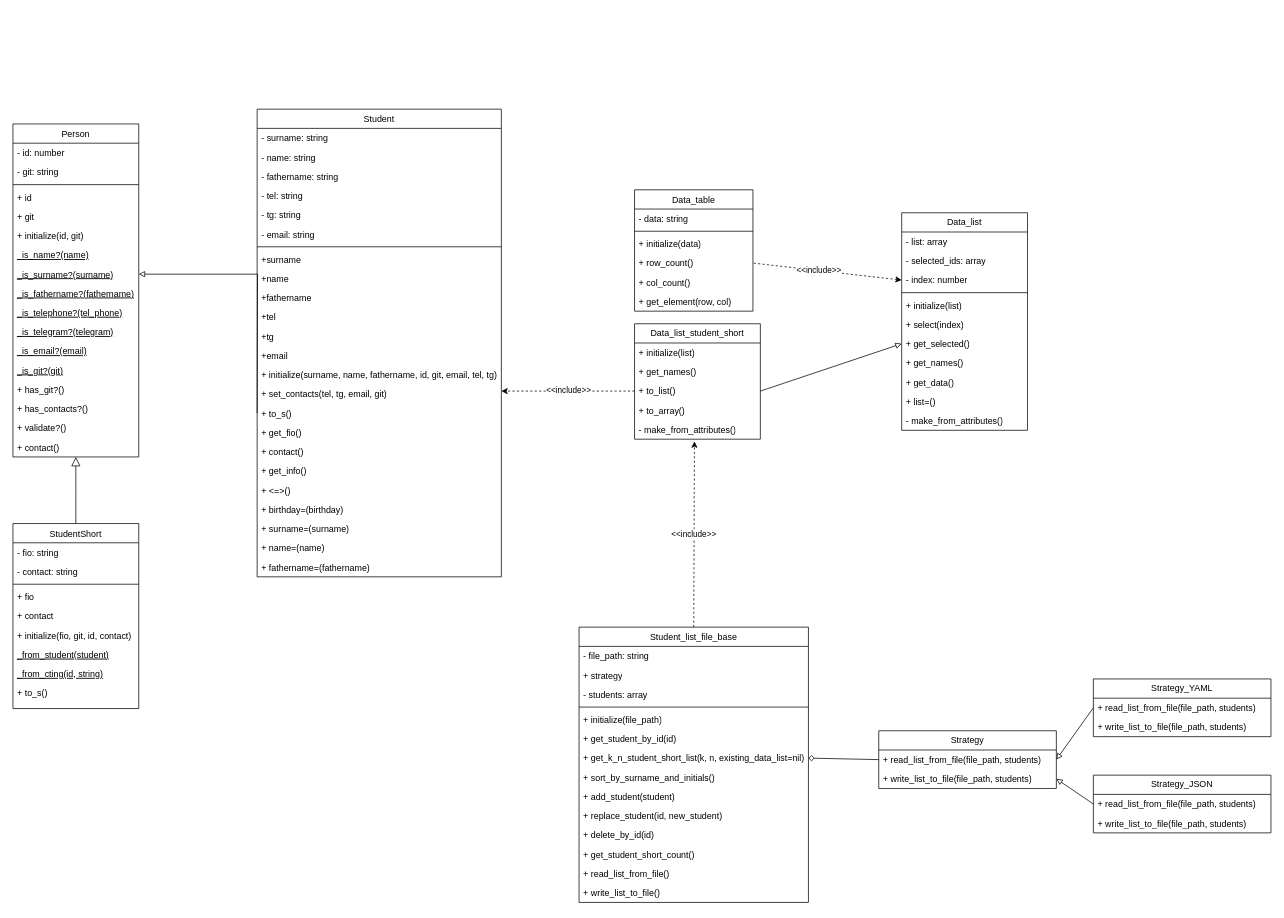
Earlier version of the draw.io diagram Lab_Students/Resourses/Diagrams/Class Diagram.drawio (lububuska/design_patterns). Source tidied: cells renumbered, new cells numbered last; positions are measured from the earlier drawing's top-left corner, leaving out a move shared by most shapes. Both pictures are drawn from the tidied source at 74%, with x=0, y=0 at pixel (13, 109).
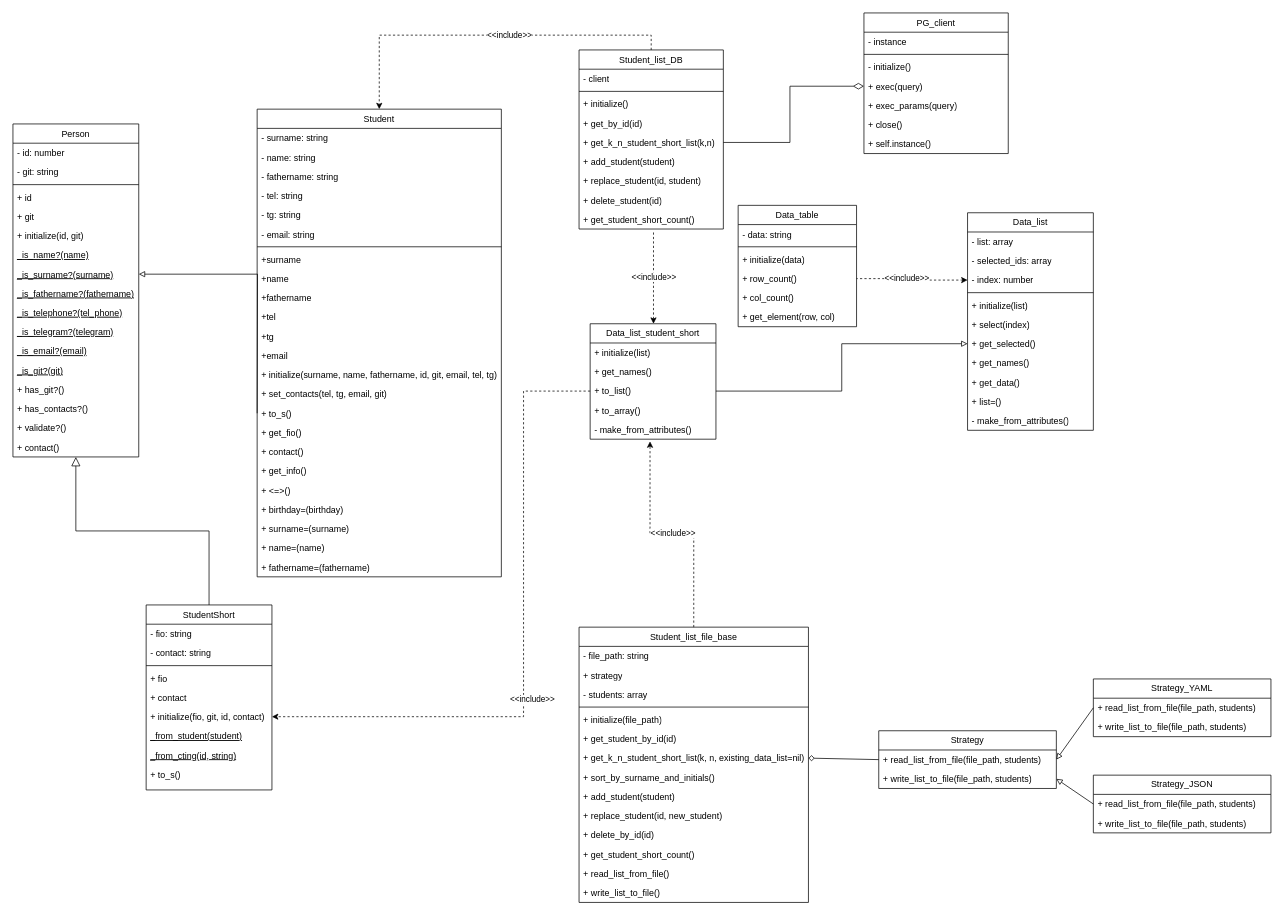
The same page after the edit.

Commit message (it also covers changes not shown here):
lab4 task 4.3.10-12 add pattern singleton and change class diagram

Unchanged cells that the change refers to:
```xml
<mxCell id="26" value="+ initialize(fio, git, id, contact)" style="text;align=left;verticalAlign=top;spacingLeft=4;spacingRight=4;overflow=hidden;points=[[0,0.5],[1,0.5]];portConstraint=eastwest;" parent="20" vertex="1">
  <mxGeometry y="138" width="170" height="26" as="geometry" />
</mxCell>
<mxCell id="31" value="Student" style="swimlane;fontStyle=0;align=center;verticalAlign=top;horizontal=1;startSize=26;rounded=0;shadow=0;strokeWidth=1;" parent="1" vertex="1">
  <mxGeometry x="330" width="330" height="632" as="geometry" />
</mxCell>
<mxCell id="60" value="+ to_list()" style="text;strokeColor=none;fillColor=none;align=left;verticalAlign=top;spacingLeft=4;spacingRight=4;overflow=hidden;points=[[0,0.5],[1,0.5]];portConstraint=eastwest;whiteSpace=wrap;html=1;" parent="57" vertex="1">
  <mxGeometry y="78" width="170" height="26" as="geometry" />
</mxCell>
<mxCell id="62" value="- make_from_attributes()" style="text;strokeColor=none;fillColor=none;align=left;verticalAlign=top;spacingLeft=4;spacingRight=4;overflow=hidden;points=[[0,0.5],[1,0.5]];portConstraint=eastwest;whiteSpace=wrap;html=1;" parent="57" vertex="1">
  <mxGeometry y="130" width="170" height="26" as="geometry" />
</mxCell>
<mxCell id="68" value="- index: number" style="text;strokeColor=none;fillColor=none;align=left;verticalAlign=top;spacingLeft=4;spacingRight=4;overflow=hidden;points=[[0,0.5],[1,0.5]];portConstraint=eastwest;whiteSpace=wrap;html=1;" parent="65" vertex="1">
  <mxGeometry y="78" width="170" height="26" as="geometry" />
</mxCell>
<mxCell id="72" value="+ get_selected()" style="text;strokeColor=none;fillColor=none;align=left;verticalAlign=top;spacingLeft=4;spacingRight=4;overflow=hidden;points=[[0,0.5],[1,0.5]];portConstraint=eastwest;whiteSpace=wrap;html=1;" parent="65" vertex="1">
  <mxGeometry y="164" width="170" height="26" as="geometry" />
</mxCell>
<mxCell id="82" value="+ row_count()" style="text;strokeColor=none;fillColor=none;align=left;verticalAlign=top;spacingLeft=4;spacingRight=4;overflow=hidden;points=[[0,0.5],[1,0.5]];portConstraint=eastwest;whiteSpace=wrap;html=1;" parent="78" vertex="1">
  <mxGeometry y="86" width="160" height="26" as="geometry" />
</mxCell>
<mxCell id="88" value="&lt;div style=&quot;font-weight: normal; font-size: 12px; line-height: 18px; white-space: pre;&quot;&gt;&lt;div style=&quot;&quot;&gt;&lt;font face=&quot;Helvetica&quot; style=&quot;color: rgb(0, 0, 0);&quot;&gt;Student_list_file_base&lt;/font&gt;&lt;/div&gt;&lt;/div&gt;" style="swimlane;fontStyle=0;horizontal=1;startSize=26;fillColor=none;whiteSpace=wrap;html=1;" parent="1" vertex="1">
  <mxGeometry x="765" y="700" width="310" height="372" as="geometry" />
</mxCell>
```

The edit, as a diff of the source:
```diff
@@
     <mxCell id="20" value="StudentShort" style="swimlane;fontStyle=0;align=center;verticalAlign=top;horizontal=1;startSize=26;rounded=0;shadow=0;strokeWidth=1;" parent="1" vertex="1">
-      <mxGeometry y="560" width="170" height="250" as="geometry" />
+      <mxGeometry x="180" y="670" width="170" height="250" as="geometry" />
     </mxCell>
@@
     <mxCell id="57" value="Data_list_student_short" style="swimlane;fontStyle=0;horizontal=1;startSize=26;fillColor=none;whiteSpace=wrap;html=1;" parent="1" vertex="1">
-      <mxGeometry x="840" y="290" width="170" height="156" as="geometry" />
+      <mxGeometry x="780" y="290" width="170" height="156" as="geometry" />
     </mxCell>
@@
-    <mxCell id="63" style="rounded=0;jettySize=auto;html=1;exitX=0;exitY=0.5;exitDx=0;exitDy=0;dashed=1;endArrow=classic;endFill=1;" parent="1" edge="1" source="60">
+    <mxCell id="63" style="rounded=0;jettySize=auto;html=1;exitX=0;exitY=0.5;exitDx=0;exitDy=0;dashed=1;endArrow=classic;endFill=1;entryX=1;entryY=0.5;entryDx=0;entryDy=0;edgeStyle=orthogonalEdgeStyle;" parent="1" edge="1" source="60" target="26">
       <mxGeometry relative="1" as="geometry">
-        <mxPoint x="660" y="381" as="targetPoint" />
+        <Array as="points">
+          <mxPoint x="690" y="381" />
+          <mxPoint x="690" y="821" />
+        </Array>
       </mxGeometry>
     </mxCell>
@@
     <mxCell id="65" value="Data_list" style="swimlane;fontStyle=0;horizontal=1;startSize=26;fillColor=none;whiteSpace=wrap;html=1;" parent="1" vertex="1">
-      <mxGeometry x="1201" y="140" width="170" height="294" as="geometry" />
+      <mxGeometry x="1290" y="140" width="170" height="294" as="geometry" />
     </mxCell>
@@
-    <mxCell id="77" style="rounded=0;jettySize=auto;html=1;exitX=1;exitY=0.5;exitDx=0;exitDy=0;entryX=0;entryY=0.5;entryDx=0;entryDy=0;endArrow=block;endFill=0;" parent="1" edge="1" source="60" target="72">
+    <mxCell id="77" style="rounded=0;jettySize=auto;html=1;exitX=1;exitY=0.5;exitDx=0;exitDy=0;entryX=0;entryY=0.5;entryDx=0;entryDy=0;endArrow=block;endFill=0;edgeStyle=orthogonalEdgeStyle;" parent="1" edge="1" source="60" target="72">
       <mxGeometry relative="1" as="geometry" />
     </mxCell>
     <mxCell id="78" value="&lt;span style=&quot;font-weight: normal;&quot;&gt;Data_table&lt;/span&gt;" style="swimlane;fontStyle=1;align=center;verticalAlign=top;horizontal=1;startSize=26;whiteSpace=wrap;html=1;" parent="1" vertex="1">
-      <mxGeometry x="840" y="109" width="160" height="164" as="geometry" />
+      <mxGeometry x="980" y="130" width="160" height="164" as="geometry" />
     </mxCell>
@@
-    <mxCell id="85" style="rounded=0;jettySize=auto;html=1;exitX=0;exitY=0.5;exitDx=0;exitDy=0;entryX=1;entryY=0.5;entryDx=0;entryDy=0;endArrow=none;endFill=0;startArrow=classic;startFill=1;dashed=1;" parent="1" edge="1" source="68" target="82">
+    <mxCell id="85" style="rounded=0;jettySize=auto;html=1;exitX=0;exitY=0.5;exitDx=0;exitDy=0;entryX=1;entryY=0.5;entryDx=0;entryDy=0;endArrow=none;endFill=0;startArrow=classic;startFill=1;dashed=1;edgeStyle=orthogonalEdgeStyle;" parent="1" edge="1" source="68" target="82">
       <mxGeometry relative="1" as="geometry" />
     </mxCell>
@@
-    <mxCell id="87" value="&amp;lt;&amp;lt;include&amp;gt;&amp;gt;" style="rounded=0;jettySize=auto;html=1;exitX=0.5;exitY=0;exitDx=0;exitDy=0;entryX=0.476;entryY=1.115;entryDx=0;entryDy=0;entryPerimeter=0;dashed=1;" parent="1" edge="1" source="88" target="62">
-      <mxGeometry relative="1" as="geometry" />
+    <mxCell id="87" value="&amp;lt;&amp;lt;include&amp;gt;&amp;gt;" style="rounded=0;jettySize=auto;html=1;exitX=0.5;exitY=0;exitDx=0;exitDy=0;entryX=0.476;entryY=1.115;entryDx=0;entryDy=0;entryPerimeter=0;dashed=1;edgeStyle=orthogonalEdgeStyle;" parent="1" edge="1" source="88" target="62">
+      <mxGeometry relative="1" as="geometry">
+        <Array as="points">
+          <mxPoint x="920" y="573" />
+          <mxPoint x="861" y="573" />
+        </Array>
+      </mxGeometry>
     </mxCell>
@@
+    <mxCell id="115" style="edgeStyle=orthogonalEdgeStyle;rounded=0;jettySize=auto;html=1;exitX=0.5;exitY=0;exitDx=0;exitDy=0;entryX=0.5;entryY=0;entryDx=0;entryDy=0;dashed=1;" parent="1" edge="1" source="117" target="31">
+      <mxGeometry relative="1" as="geometry" />
+    </mxCell>
+    <mxCell id="116" value="&amp;lt;&amp;lt;include&amp;gt;&amp;gt;" style="edgeLabel;html=1;align=center;verticalAlign=middle;" parent="115" vertex="1">
+      <mxGeometry x="-0.13" relative="1" as="geometry" />
+    </mxCell>
+    <mxCell id="117" value="&lt;span style=&quot;font-weight: 400;&quot;&gt;Student_list_DB&lt;/span&gt;" style="swimlane;fontStyle=1;align=center;verticalAlign=top;horizontal=1;startSize=26;whiteSpace=wrap;html=1;" parent="1" vertex="1">
+      <mxGeometry x="765" y="-80" width="195" height="242" as="geometry" />
+    </mxCell>
+    <mxCell id="118" value="- client" style="text;strokeColor=none;fillColor=none;align=left;verticalAlign=top;spacingLeft=4;spacingRight=4;overflow=hidden;whiteSpace=wrap;html=1;" parent="117" vertex="1">
+      <mxGeometry y="26" width="195" height="26" as="geometry" />
+    </mxCell>
+    <mxCell id="119" style="line;strokeWidth=1;fillColor=none;align=left;verticalAlign=middle;spacingTop=-1;spacingLeft=3;spacingRight=3;labelPosition=right;strokeColor=inherit;" parent="117" vertex="1">
+      <mxGeometry y="52" width="195" height="8" as="geometry" />
+    </mxCell>
+    <mxCell id="120" value="+ initialize()" style="text;strokeColor=none;fillColor=none;align=left;verticalAlign=top;spacingLeft=4;spacingRight=4;overflow=hidden;whiteSpace=wrap;html=1;" parent="117" vertex="1">
+      <mxGeometry y="60" width="195" height="26" as="geometry" />
+    </mxCell>
+    <mxCell id="121" value="+ get_by_id(id)" style="text;strokeColor=none;fillColor=none;align=left;verticalAlign=top;spacingLeft=4;spacingRight=4;overflow=hidden;whiteSpace=wrap;html=1;" parent="117" vertex="1">
+      <mxGeometry y="86" width="195" height="26" as="geometry" />
+    </mxCell>
+    <mxCell id="122" value="+ get_k_n_student_short_list(k,n)" style="text;strokeColor=none;fillColor=none;align=left;verticalAlign=top;spacingLeft=4;spacingRight=4;overflow=hidden;points=[[0,0.5],[1,0.5]];portConstraint=eastwest;whiteSpace=wrap;html=1;" parent="117" vertex="1">
+      <mxGeometry y="112" width="195" height="26" as="geometry" />
+    </mxCell>
+    <mxCell id="123" value="+ add_student(student)" style="text;strokeColor=none;fillColor=none;align=left;verticalAlign=top;spacingLeft=4;spacingRight=4;overflow=hidden;whiteSpace=wrap;html=1;" parent="117" vertex="1">
+      <mxGeometry y="138" width="195" height="26" as="geometry" />
+    </mxCell>
+    <mxCell id="124" value="+ replace_student(id, student)" style="text;strokeColor=none;fillColor=none;align=left;verticalAlign=top;spacingLeft=4;spacingRight=4;overflow=hidden;whiteSpace=wrap;html=1;" parent="117" vertex="1">
+      <mxGeometry y="164" width="195" height="26" as="geometry" />
+    </mxCell>
+    <mxCell id="125" value="+ delete_student(id)" style="text;strokeColor=none;fillColor=none;align=left;verticalAlign=top;spacingLeft=4;spacingRight=4;overflow=hidden;whiteSpace=wrap;html=1;" parent="117" vertex="1">
+      <mxGeometry y="190" width="195" height="26" as="geometry" />
+    </mxCell>
+    <mxCell id="126" value="+ get_student_short_count()" style="text;strokeColor=none;fillColor=none;align=left;verticalAlign=top;spacingLeft=4;spacingRight=4;overflow=hidden;points=[[0,0.5],[1,0.5]];portConstraint=eastwest;whiteSpace=wrap;html=1;" parent="117" vertex="1">
+      <mxGeometry y="216" width="195" height="26" as="geometry" />
+    </mxCell>
+    <mxCell id="127" value="&amp;lt;&amp;lt;include&amp;gt;&amp;gt;" style="edgeStyle=orthogonalEdgeStyle;rounded=0;jettySize=auto;html=1;exitX=0.5;exitY=0;exitDx=0;exitDy=0;entryX=0.516;entryY=1.081;entryDx=0;entryDy=0;entryPerimeter=0;startArrow=classic;startFill=1;endArrow=none;endFill=0;dashed=1;" parent="1" edge="1" source="57" target="126">
+      <mxGeometry relative="1" as="geometry">
+        <Array as="points">
+          <mxPoint x="865" y="164" />
+        </Array>
+      </mxGeometry>
+    </mxCell>
+    <mxCell id="128" value="&lt;span style=&quot;font-weight: 400;&quot;&gt;PG_client&lt;/span&gt;" style="swimlane;fontStyle=1;align=center;verticalAlign=top;horizontal=1;startSize=26;whiteSpace=wrap;html=1;" parent="1" vertex="1">
+      <mxGeometry x="1150" y="-130" width="195" height="190" as="geometry" />
+    </mxCell>
+    <mxCell id="129" value="-&amp;nbsp;&lt;span style=&quot;white-space: pre;&quot;&gt;&lt;font face=&quot;Helvetica&quot; style=&quot;color: rgb(0, 0, 0);&quot;&gt;instance&lt;/font&gt;&lt;/span&gt;" style="text;strokeColor=none;fillColor=none;align=left;verticalAlign=top;spacingLeft=4;spacingRight=4;overflow=hidden;whiteSpace=wrap;html=1;" parent="128" vertex="1">
+      <mxGeometry y="26" width="195" height="26" as="geometry" />
+    </mxCell>
+    <mxCell id="130" style="line;strokeWidth=1;fillColor=none;align=left;verticalAlign=middle;spacingTop=-1;spacingLeft=3;spacingRight=3;labelPosition=right;strokeColor=inherit;" parent="128" vertex="1">
+      <mxGeometry y="52" width="195" height="8" as="geometry" />
+    </mxCell>
+    <mxCell id="131" value="- initialize()" style="text;strokeColor=none;fillColor=none;align=left;verticalAlign=top;spacingLeft=4;spacingRight=4;overflow=hidden;whiteSpace=wrap;html=1;" parent="128" vertex="1">
+      <mxGeometry y="60" width="195" height="26" as="geometry" />
+    </mxCell>
+    <mxCell id="132" value="+ exec(query)" style="text;strokeColor=none;fillColor=none;align=left;verticalAlign=top;spacingLeft=4;spacingRight=4;overflow=hidden;points=[[0,0.5],[1,0.5]];portConstraint=eastwest;whiteSpace=wrap;html=1;" parent="128" vertex="1">
+      <mxGeometry y="86" width="195" height="26" as="geometry" />
+    </mxCell>
+    <mxCell id="133" value="+ exec_params(query)" style="text;strokeColor=none;fillColor=none;align=left;verticalAlign=top;spacingLeft=4;spacingRight=4;overflow=hidden;whiteSpace=wrap;html=1;" parent="128" vertex="1">
+      <mxGeometry y="112" width="195" height="26" as="geometry" />
+    </mxCell>
+    <mxCell id="134" value="+ close()" style="text;strokeColor=none;fillColor=none;align=left;verticalAlign=top;spacingLeft=4;spacingRight=4;overflow=hidden;whiteSpace=wrap;html=1;" parent="128" vertex="1">
+      <mxGeometry y="138" width="195" height="26" as="geometry" />
+    </mxCell>
+    <mxCell id="135" value="+ self.instance()" style="text;strokeColor=none;fillColor=none;align=left;verticalAlign=top;spacingLeft=4;spacingRight=4;overflow=hidden;whiteSpace=wrap;html=1;" parent="128" vertex="1">
+      <mxGeometry y="164" width="195" height="26" as="geometry" />
+    </mxCell>
+    <mxCell id="136" style="edgeStyle=orthogonalEdgeStyle;rounded=0;jettySize=auto;html=1;exitX=1;exitY=0.5;exitDx=0;exitDy=0;entryX=0;entryY=0.5;entryDx=0;entryDy=0;fontFamily=Helvetica;fontSize=12;fontColor=default;endArrow=diamondThin;endFill=0;endSize=12;" parent="1" edge="1" source="122" target="132">
+      <mxGeometry relative="1" as="geometry" />
+    </mxCell>
```
